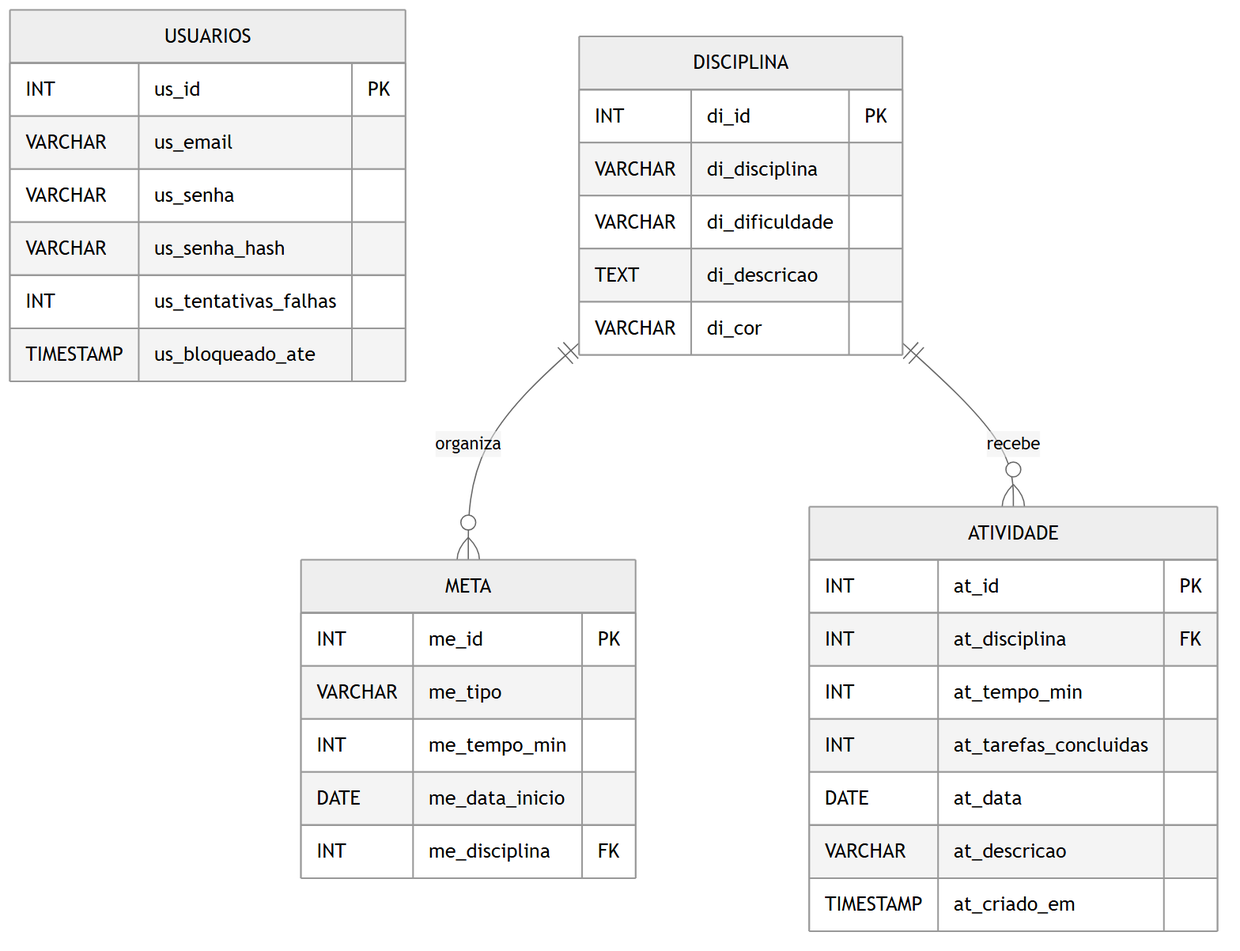
Before: docs/DER.png, a diagram exported from Mermaid (art4raujo0/xp-diario). Its source is kept beside it as docs/mermaid/DER.mmd.
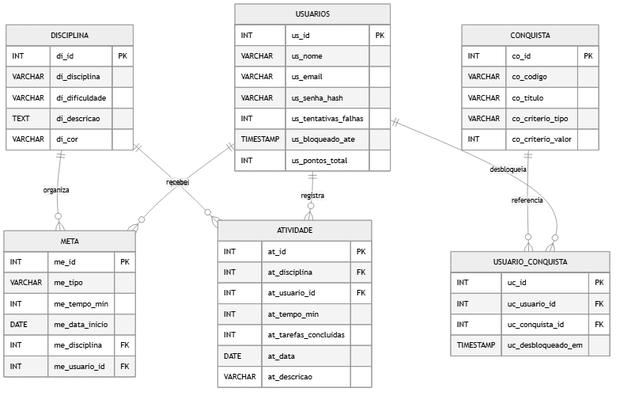
After the commit.

What changed in the source:
```diff
@@ -2,11 +2,12 @@
 erDiagram
     USUARIOS {
         INT us_id PK
+        VARCHAR us_nome
         VARCHAR us_email
-        VARCHAR us_senha
         VARCHAR us_senha_hash
         INT us_tentativas_falhas
         TIMESTAMP us_bloqueado_ate
+        INT us_pontos_total
     }
 
     DISCIPLINA {
@@ -23,17 +24,37 @@
         INT me_tempo_min
         DATE me_data_inicio
         INT me_disciplina FK
+        INT me_usuario_id FK
     }
 
     ATIVIDADE {
         INT at_id PK
         INT at_disciplina FK
+        INT at_usuario_id FK
         INT at_tempo_min
         INT at_tarefas_concluidas
         DATE at_data
         VARCHAR at_descricao
-        TIMESTAMP at_criado_em
     }
 
+    CONQUISTA {
+        INT co_id PK
+        VARCHAR co_codigo
+        VARCHAR co_titulo
+        VARCHAR co_criterio_tipo
+        INT co_criterio_valor
+    }
+
+    USUARIO_CONQUISTA {
+        INT uc_id PK
+        INT uc_usuario_id FK
+        INT uc_conquista_id FK
+        TIMESTAMP uc_desbloqueado_em
+    }
+
+    USUARIOS ||--o{ META : possui
+    USUARIOS ||--o{ ATIVIDADE : registra
+    USUARIOS ||--o{ USUARIO_CONQUISTA : desbloqueia
+    CONQUISTA ||--o{ USUARIO_CONQUISTA : referencia
     DISCIPLINA ||--o{ META : organiza
     DISCIPLINA ||--o{ ATIVIDADE : recebe
```
